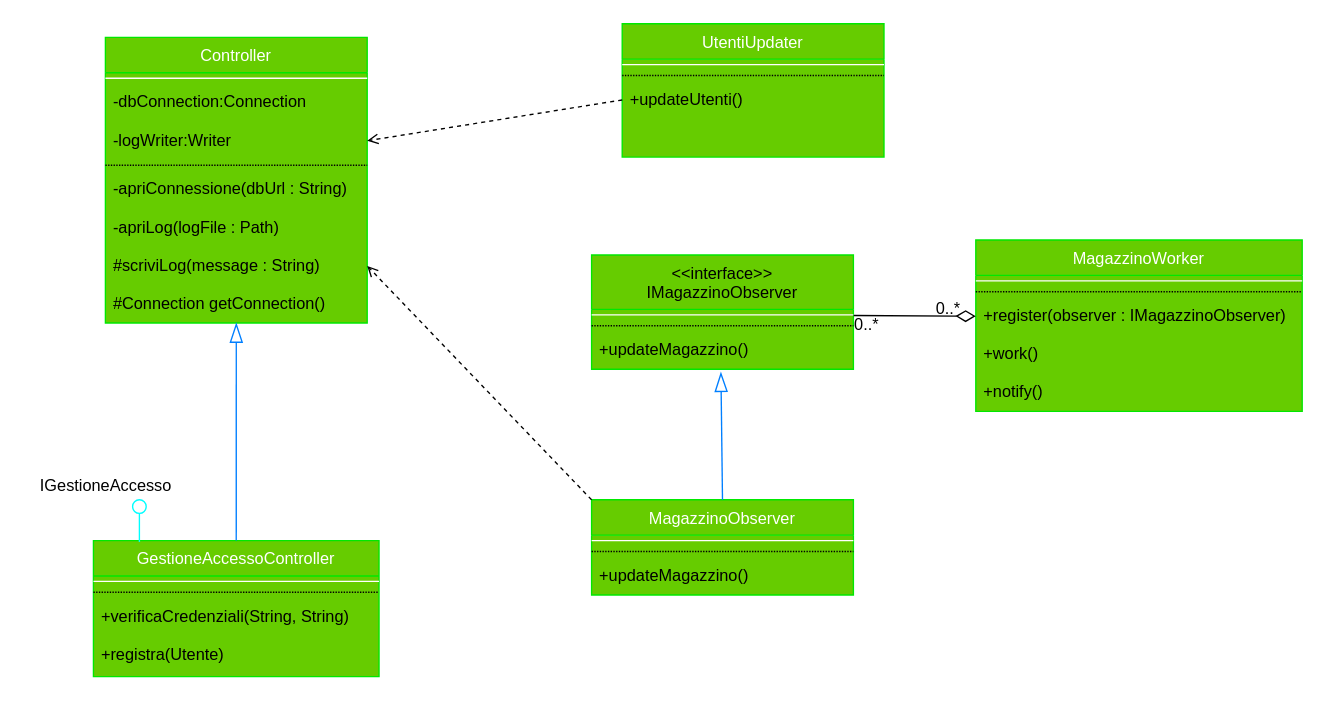
This is page "ControllerLogin" (4 of 4) of drawio/Progettazione/DettaglioBrokerLoginInterfacce.drawio from lnwor/farmabyte-doc, a draw.io file, before an edit. Source tidied: cells renumbered, new cells numbered last; positions are measured from the earlier drawing's top-left corner, leaving out a move shared by most shapes. Both pictures are drawn from the tidied source at 136%, with x=0, y=0 at pixel (23, 23).
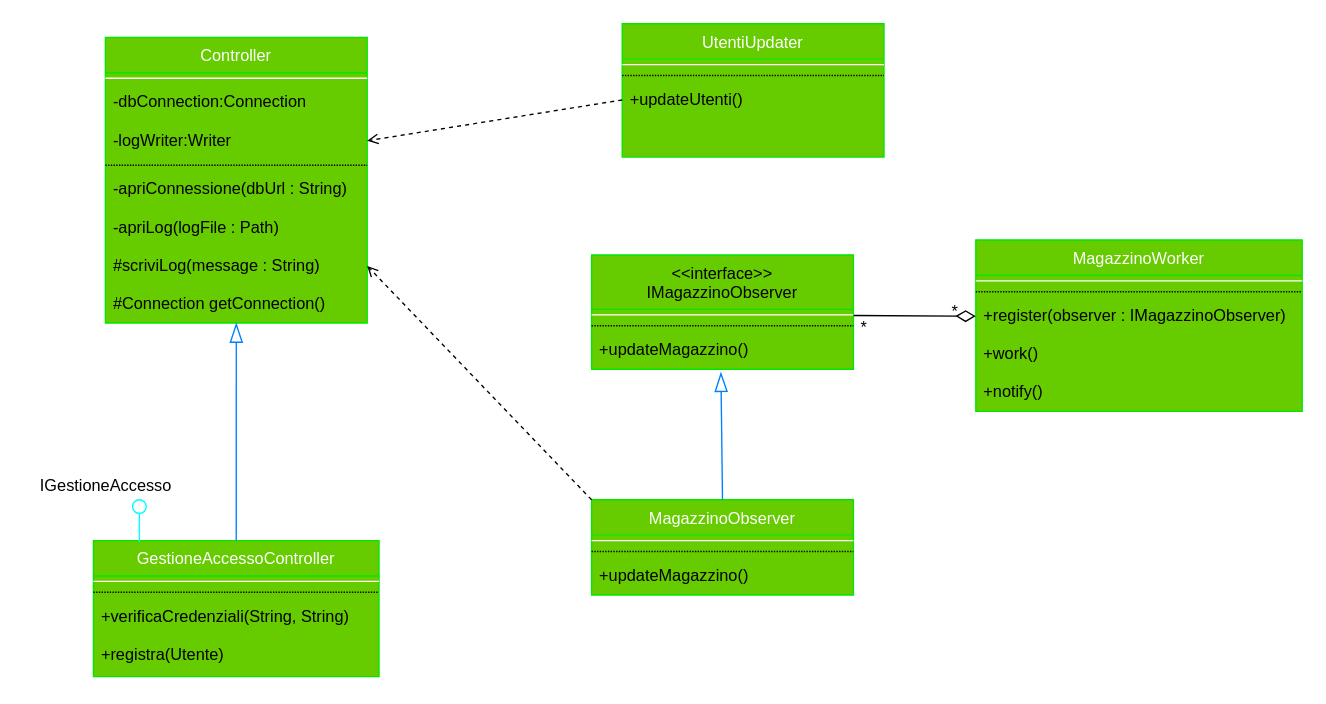
The same diagram, later.

Change to the diagram source:
```diff
@@
-    <mxCell id="42" value="0..*" style="text;html=1;strokeColor=none;fillColor=none;align=center;verticalAlign=middle;whiteSpace=wrap;rounded=0;fontColor=#000000;" parent="1" vertex="1">
-      <mxGeometry x="660" y="200" width="40" height="20" as="geometry" />
+    <mxCell id="42" value="*" style="text;html=1;strokeColor=none;fillColor=none;align=center;verticalAlign=middle;whiteSpace=wrap;rounded=0;fontColor=#000000;" parent="1" vertex="1">
+      <mxGeometry x="670" y="207" width="30" height="10" as="geometry" />
     </mxCell>
-    <mxCell id="43" value="0..*" style="text;html=1;strokeColor=none;fillColor=none;align=center;verticalAlign=middle;whiteSpace=wrap;rounded=0;fontColor=#000000;" parent="1" vertex="1">
-      <mxGeometry x="600" y="212" width="40" height="20" as="geometry" />
+    <mxCell id="43" value="*" style="text;html=1;strokeColor=none;fillColor=none;align=center;verticalAlign=middle;whiteSpace=wrap;rounded=0;fontColor=#000000;" parent="1" vertex="1">
+      <mxGeometry x="602.5" y="220" width="30" height="8" as="geometry" />
     </mxCell>
```
